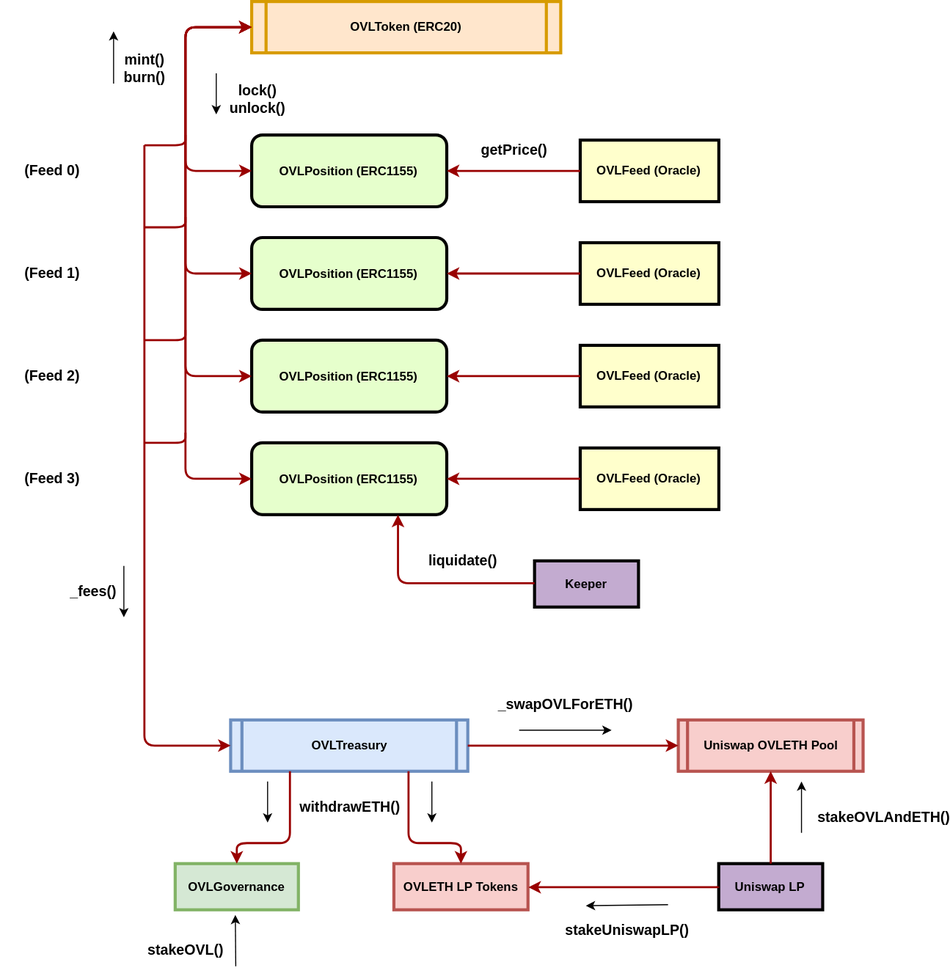
This is specs/OVL.svg from overlay-market/markets, a draw.io export, as it was before one commit. Source tidied: cells renumbered, new cells last; positions are measured from the earlier drawing's top-left corner, leaving out a move shared by most shapes.
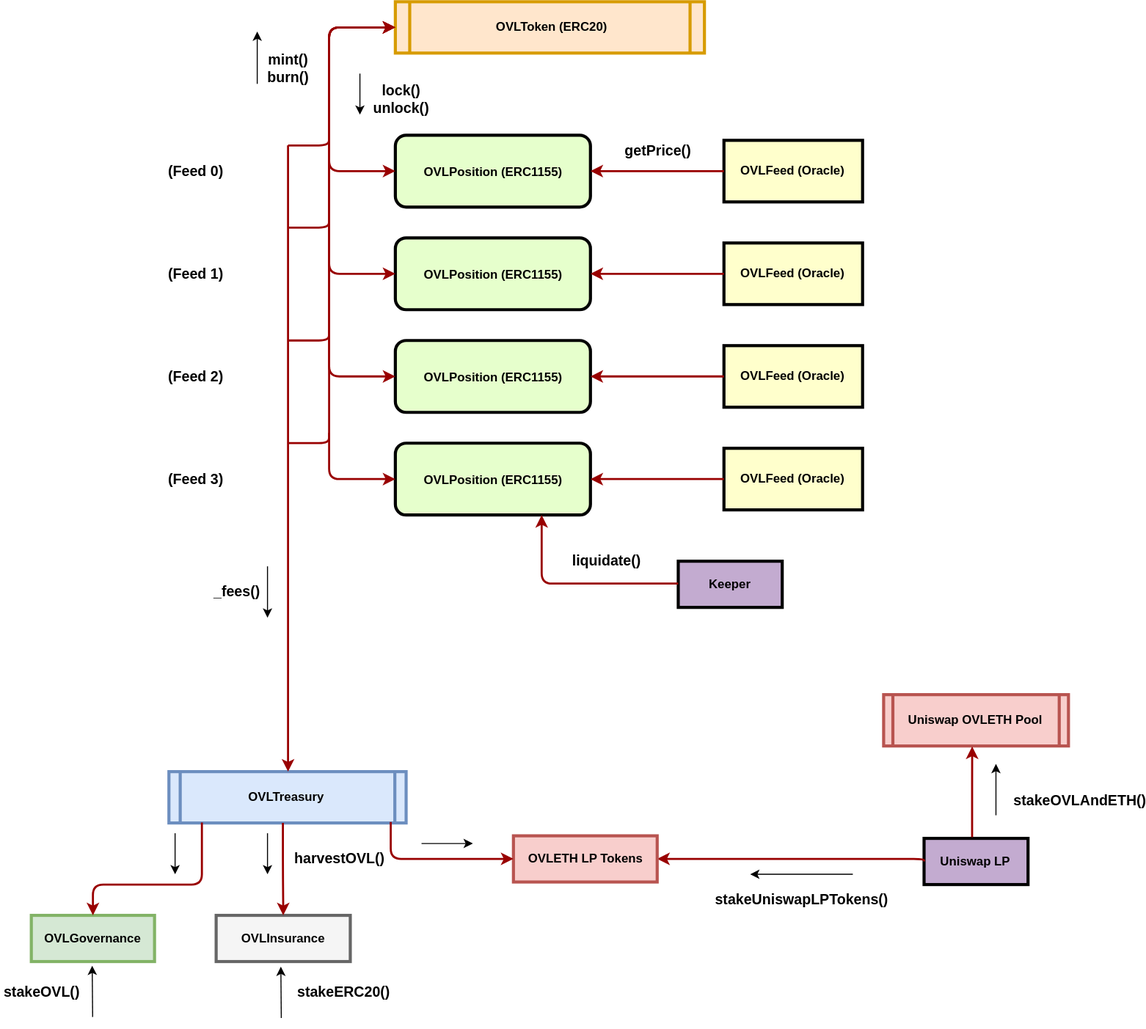
The same diagram one commit later.

What changed in the source:
```diff
@@ -120,10 +120,11 @@
       <mxGeometry x="470" y="130" width="60" height="30" as="geometry" />
     </mxCell>
     <mxCell id="28" value="OVLTreasury" style="shape=process;whiteSpace=wrap;align=center;verticalAlign=middle;size=0.0475;fontStyle=1;strokeWidth=3;fillColor=#dae8fc;strokeColor=#6c8ebf;" parent="1" vertex="1">
-      <mxGeometry x="224" y="700" width="231" height="50" as="geometry" />
+      <mxGeometry x="24" y="750" width="231" height="50" as="geometry" />
     </mxCell>
-    <mxCell id="29" style="edgeStyle=elbowEdgeStyle;elbow=vertical;strokeColor=#990000;strokeWidth=2;startArrow=classic;startFill=1;exitX=0;exitY=0.5;exitDx=0;exitDy=0;endArrow=none;endFill=0;" parent="1" edge="1" source="28">
+    <mxCell id="29" style="edgeStyle=elbowEdgeStyle;elbow=vertical;strokeColor=#990000;strokeWidth=2;startArrow=classic;startFill=1;endArrow=none;endFill=0;" parent="1" edge="1">
       <mxGeometry relative="1" as="geometry">
+        <mxPoint x="140" y="750" as="sourcePoint" />
         <mxPoint x="140" y="140" as="targetPoint" />
         <Array as="points">
           <mxPoint x="181" y="725" />
@@ -193,109 +194,117 @@
       <mxGeometry relative="1" as="geometry" />
     </mxCell>
     <mxCell id="40" value="OVLGovernance" style="whiteSpace=wrap;align=center;verticalAlign=middle;fontStyle=1;strokeWidth=3;fillColor=#d5e8d4;strokeColor=#82b366;" parent="1" vertex="1">
-      <mxGeometry x="170" y="840" width="120" height="45" as="geometry" />
+      <mxGeometry x="-110" y="890" width="120" height="45" as="geometry" />
     </mxCell>
-    <mxCell id="41" value="OVLETH LP Tokens" style="whiteSpace=wrap;align=center;verticalAlign=middle;fontStyle=1;strokeWidth=3;fillColor=#f8cecc;strokeColor=#b85450;" parent="1" vertex="1">
-      <mxGeometry x="383" y="840" width="130.6" height="45" as="geometry" />
+    <mxCell id="41" value="OVLInsurance" style="whiteSpace=wrap;align=center;verticalAlign=middle;fontStyle=1;strokeWidth=3;fillColor=#f5f5f5;strokeColor=#666666;" parent="1" vertex="1">
+      <mxGeometry x="70" y="890" width="130.6" height="45" as="geometry" />
     </mxCell>
-    <mxCell id="42" style="edgeStyle=elbowEdgeStyle;elbow=vertical;strokeColor=#990000;strokeWidth=2;exitX=0.25;exitY=1;exitDx=0;exitDy=0;entryX=0.5;entryY=0;entryDx=0;entryDy=0;" parent="1" edge="1" source="28" target="40">
+    <mxCell id="42" style="edgeStyle=elbowEdgeStyle;elbow=vertical;strokeColor=#990000;strokeWidth=2;entryX=0.5;entryY=0;entryDx=0;entryDy=0;exitX=0.139;exitY=0.99;exitDx=0;exitDy=0;exitPerimeter=0;" parent="1" edge="1" source="28" target="40">
       <mxGeometry relative="1" as="geometry">
         <Array as="points">
-          <mxPoint x="260" y="820" />
+          <mxPoint x="10" y="860" />
         </Array>
       </mxGeometry>
     </mxCell>
-    <mxCell id="43" style="edgeStyle=elbowEdgeStyle;elbow=vertical;strokeColor=#990000;strokeWidth=2;entryX=0.5;entryY=0;entryDx=0;entryDy=0;exitX=0.75;exitY=1;exitDx=0;exitDy=0;" parent="1" edge="1" source="28" target="41">
+    <mxCell id="43" style="edgeStyle=elbowEdgeStyle;elbow=vertical;strokeColor=#990000;strokeWidth=2;" parent="1" edge="1" target="41">
       <mxGeometry relative="1" as="geometry">
-        <Array as="points">
-          <mxPoint x="430" y="820" />
-        </Array>
+        <mxPoint x="135" y="800" as="sourcePoint" />
       </mxGeometry>
     </mxCell>
     <mxCell id="44" value="stakeOVL()" style="text;strokeColor=none;fillColor=none;html=1;fontSize=14;fontStyle=1;verticalAlign=middle;align=center;" parent="1" vertex="1">
-      <mxGeometry x="140" y="909" width="80" height="30" as="geometry" />
+      <mxGeometry x="-140" y="950" width="80" height="30" as="geometry" />
     </mxCell>
     <mxCell id="45" value="Uniswap OVLETH Pool" style="shape=process;whiteSpace=wrap;align=center;verticalAlign=middle;size=0.0475;fontStyle=1;strokeWidth=3;fillColor=#f8cecc;strokeColor=#b85450;" parent="1" vertex="1">
-      <mxGeometry x="660" y="700" width="180" height="50" as="geometry" />
+      <mxGeometry x="720" y="675" width="180" height="50" as="geometry" />
     </mxCell>
     <mxCell id="46" value="Uniswap LP" style="whiteSpace=wrap;align=center;verticalAlign=middle;fontStyle=1;strokeWidth=3;fillColor=#C3ABD0;" parent="1" vertex="1">
-      <mxGeometry x="699.4" y="840" width="101.2" height="45" as="geometry" />
+      <mxGeometry x="759.4" y="815" width="101.2" height="45" as="geometry" />
     </mxCell>
-    <mxCell id="47" style="edgeStyle=elbowEdgeStyle;elbow=vertical;strokeColor=#990000;strokeWidth=2;entryX=0;entryY=0.5;entryDx=0;entryDy=0;exitX=1;exitY=0.5;exitDx=0;exitDy=0;" parent="1" edge="1" source="28" target="45">
-      <mxGeometry relative="1" as="geometry">
-        <Array as="points">
-          <mxPoint x="550" y="725" />
-        </Array>
-      </mxGeometry>
-    </mxCell>
-    <mxCell id="48" value="_swapOVLForETH()" style="text;strokeColor=none;fillColor=none;html=1;fontSize=14;fontStyle=1;verticalAlign=middle;align=center;" parent="1" vertex="1">
-      <mxGeometry x="520" y="670" width="60" height="30" as="geometry" />
-    </mxCell>
-    <mxCell id="49" style="endArrow=classic;html=1;fontSize=14;" parent="1" edge="1">
-      <mxGeometry relative="1" as="geometry">
-        <mxPoint x="505" y="710" as="sourcePoint" />
-        <mxPoint x="595" y="710" as="targetPoint" />
-      </mxGeometry>
-    </mxCell>
     <mxCell id="50" style="endArrow=classic;html=1;fontSize=14;" parent="1" edge="1">
       <mxGeometry relative="1" as="geometry">
-        <mxPoint x="229" y="940" as="sourcePoint" />
-        <mxPoint x="228.6" y="890" as="targetPoint" />
+        <mxPoint x="-50.3" y="989" as="sourcePoint" />
+        <mxPoint x="-50.7" y="939" as="targetPoint" />
       </mxGeometry>
     </mxCell>
-    <mxCell id="51" value="withdrawETH()" style="text;strokeColor=none;fillColor=none;html=1;fontSize=14;fontStyle=1;verticalAlign=middle;align=center;" parent="1" vertex="1">
-      <mxGeometry x="299.5" y="770" width="80" height="30" as="geometry" />
+    <mxCell id="51" value="harvestOVL()" style="text;strokeColor=none;fillColor=none;html=1;fontSize=14;fontStyle=1;verticalAlign=middle;align=center;" parent="1" vertex="1">
+      <mxGeometry x="150" y="820" width="80" height="30" as="geometry" />
     </mxCell>
-    <mxCell id="52" value="stakeUniswapLP()" style="text;strokeColor=none;fillColor=none;html=1;fontSize=14;fontStyle=1;verticalAlign=middle;align=center;" parent="1" vertex="1">
-      <mxGeometry x="570" y="890" width="80" height="30" as="geometry" />
-    </mxCell>
-    <mxCell id="53" style="endArrow=classic;html=1;fontSize=14;" parent="1" edge="1">
-      <mxGeometry relative="1" as="geometry">
-        <mxPoint x="650" y="880" as="sourcePoint" />
-        <mxPoint x="570" y="881" as="targetPoint" />
-      </mxGeometry>
-    </mxCell>
-    <mxCell id="54" style="edgeStyle=elbowEdgeStyle;elbow=vertical;strokeColor=#990000;strokeWidth=2;exitX=0;exitY=0.5;exitDx=0;exitDy=0;" parent="1" edge="1" source="46">
+    <mxCell id="54" style="edgeStyle=elbowEdgeStyle;elbow=vertical;strokeColor=#990000;strokeWidth=2;exitX=0;exitY=0.5;exitDx=0;exitDy=0;entryX=1;entryY=0.5;entryDx=0;entryDy=0;" parent="1" edge="1" source="46" target="60">
       <mxGeometry relative="1" as="geometry">
-        <mxPoint x="514" y="863" as="targetPoint" />
         <Array as="points">
-          <mxPoint x="610" y="863" />
+          <mxPoint x="690" y="835" />
         </Array>
       </mxGeometry>
     </mxCell>
     <mxCell id="55" style="endArrow=none;html=1;fontSize=14;endFill=0;startArrow=classic;startFill=1;" parent="1" edge="1">
       <mxGeometry relative="1" as="geometry">
-        <mxPoint x="260" y="800" as="sourcePoint" />
-        <mxPoint x="260" y="760" as="targetPoint" />
+        <mxPoint x="30" y="850" as="sourcePoint" />
+        <mxPoint x="30" y="810" as="targetPoint" />
         <Array as="points">
-          <mxPoint x="260" y="770" />
+          <mxPoint x="30" y="820" />
         </Array>
       </mxGeometry>
     </mxCell>
     <mxCell id="56" style="endArrow=none;html=1;fontSize=14;endFill=0;startArrow=classic;startFill=1;" parent="1" edge="1">
       <mxGeometry relative="1" as="geometry">
-        <mxPoint x="420" y="800" as="sourcePoint" />
-        <mxPoint x="420" y="760" as="targetPoint" />
+        <mxPoint x="120" y="850" as="sourcePoint" />
+        <mxPoint x="120" y="810" as="targetPoint" />
         <Array as="points">
-          <mxPoint x="420" y="770" />
+          <mxPoint x="120" y="820" />
         </Array>
       </mxGeometry>
     </mxCell>
-    <mxCell id="57" style="edgeStyle=elbowEdgeStyle;elbow=vertical;strokeColor=#990000;strokeWidth=2;entryX=0.5;entryY=1;entryDx=0;entryDy=0;startArrow=none;startFill=0;" parent="1" edge="1" source="46" target="45">
+    <mxCell id="57" style="edgeStyle=elbowEdgeStyle;elbow=vertical;strokeColor=#990000;strokeWidth=2;entryX=0.479;entryY=1.01;entryDx=0;entryDy=0;startArrow=none;startFill=0;exitX=0.462;exitY=-0.024;exitDx=0;exitDy=0;exitPerimeter=0;entryPerimeter=0;" parent="1" edge="1" source="46" target="45">
       <mxGeometry relative="1" as="geometry">
         <Array as="points">
-          <mxPoint x="665" y="780" />
+          <mxPoint x="799.4" y="772.5" />
+          <mxPoint x="714.4" y="755" />
         </Array>
       </mxGeometry>
     </mxCell>
     <mxCell id="58" value="stakeOVLAndETH()" style="text;strokeColor=none;fillColor=none;html=1;fontSize=14;fontStyle=1;verticalAlign=middle;align=center;" parent="1" vertex="1">
-      <mxGeometry x="810" y="780" width="100" height="30" as="geometry" />
+      <mxGeometry x="860.6" y="762.5" width="100" height="30" as="geometry" />
     </mxCell>
     <mxCell id="59" style="endArrow=classic;html=1;fontSize=14;" parent="1" edge="1">
       <mxGeometry relative="1" as="geometry">
-        <mxPoint x="780" y="810" as="sourcePoint" />
-        <mxPoint x="780" y="760" as="targetPoint" />
+        <mxPoint x="829.4" y="792.5" as="sourcePoint" />
+        <mxPoint x="829.4" y="742.5" as="targetPoint" />
       </mxGeometry>
     </mxCell>
+    <mxCell id="60" value="OVLETH LP Tokens" style="whiteSpace=wrap;align=center;verticalAlign=middle;fontStyle=1;strokeWidth=3;fillColor=#f8cecc;strokeColor=#b85450;" parent="1" vertex="1">
+      <mxGeometry x="359.5" y="812.5" width="140" height="45" as="geometry" />
+    </mxCell>
+    <mxCell id="61" style="edgeStyle=elbowEdgeStyle;elbow=vertical;strokeColor=#990000;strokeWidth=2;entryX=0;entryY=0.5;entryDx=0;entryDy=0;" parent="1" edge="1" target="60">
+      <mxGeometry relative="1" as="geometry">
+        <mxPoint x="240" y="799" as="sourcePoint" />
+        <Array as="points">
+          <mxPoint x="300" y="835" />
+        </Array>
+      </mxGeometry>
+    </mxCell>
+    <mxCell id="62" style="endArrow=none;html=1;fontSize=14;startArrow=classic;startFill=1;endFill=0;" parent="1" edge="1">
+      <mxGeometry relative="1" as="geometry">
+        <mxPoint x="320" y="820" as="sourcePoint" />
+        <mxPoint x="270" y="820" as="targetPoint" />
+      </mxGeometry>
+    </mxCell>
+    <mxCell id="63" value="stakeUniswapLPTokens()" style="text;strokeColor=none;fillColor=none;html=1;fontSize=14;fontStyle=1;verticalAlign=middle;align=center;" parent="1" vertex="1">
+      <mxGeometry x="600" y="860" width="80" height="30" as="geometry" />
+    </mxCell>
+    <mxCell id="64" style="endArrow=classic;html=1;fontSize=14;" parent="1" edge="1">
+      <mxGeometry relative="1" as="geometry">
+        <mxPoint x="690" y="850" as="sourcePoint" />
+        <mxPoint x="590" y="850" as="targetPoint" />
+      </mxGeometry>
+    </mxCell>
+    <mxCell id="65" value="stakeERC20()" style="text;strokeColor=none;fillColor=none;html=1;fontSize=14;fontStyle=1;verticalAlign=middle;align=center;" parent="1" vertex="1">
+      <mxGeometry x="153.7" y="950" width="80" height="30" as="geometry" />
+    </mxCell>
+    <mxCell id="66" style="endArrow=classic;html=1;fontSize=14;" parent="1" edge="1">
+      <mxGeometry relative="1" as="geometry">
+        <mxPoint x="133.4" y="990" as="sourcePoint" />
+        <mxPoint x="133" y="940" as="targetPoint" />
+      </mxGeometry>
+    </mxCell>
   </root>
 </mxGraphModel>
```
